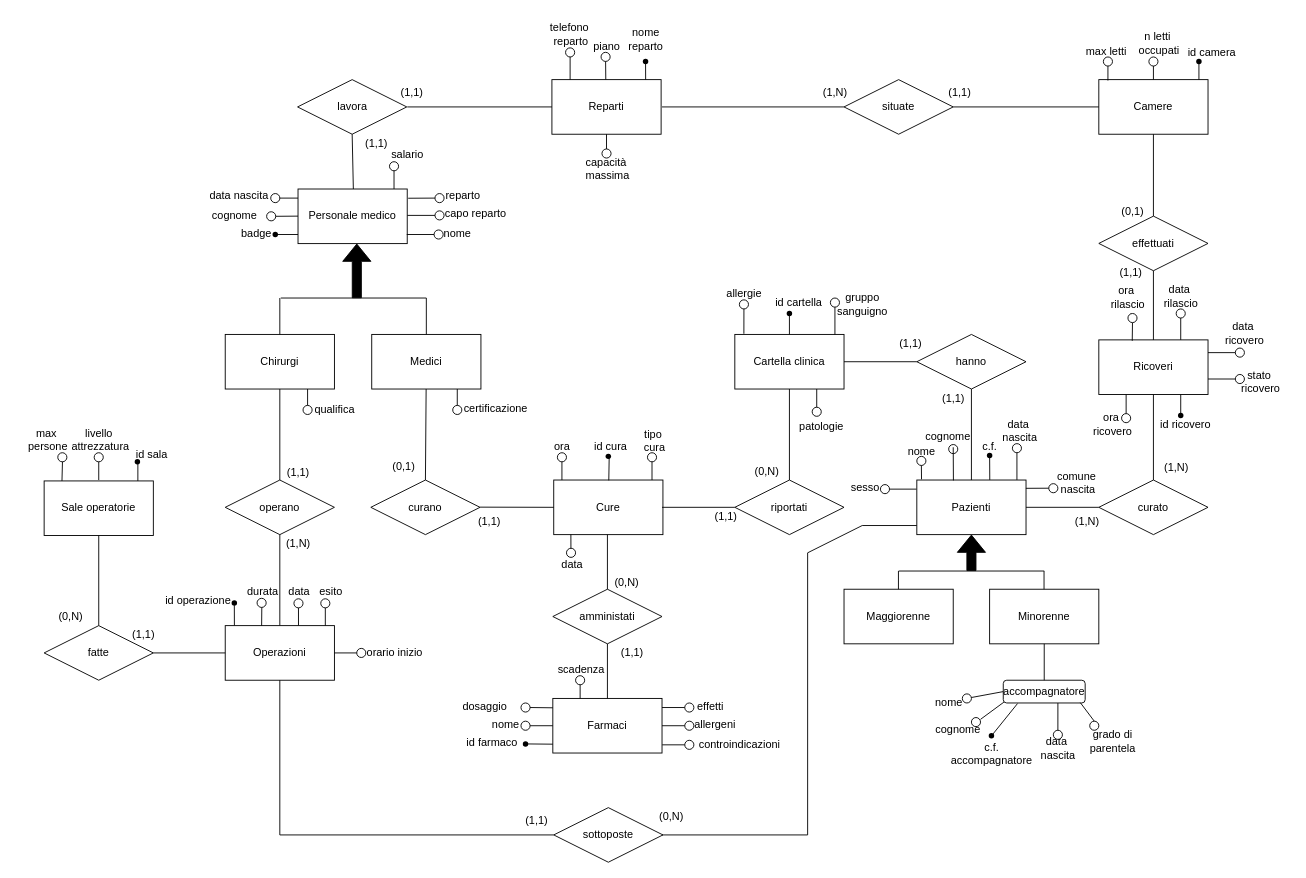
MicheleDioli/UniPD-database-project-2024 keeps this draw.io diagram as ER-conc.drawio. Above is the earlier version. Source tidied: cells renumbered, new cells numbered last; positions are measured from the earlier drawing's top-left corner, leaving out a move shared by most shapes. Both pictures are drawn from the tidied source at 91%, with x=0, y=0 at pixel (15, 15).
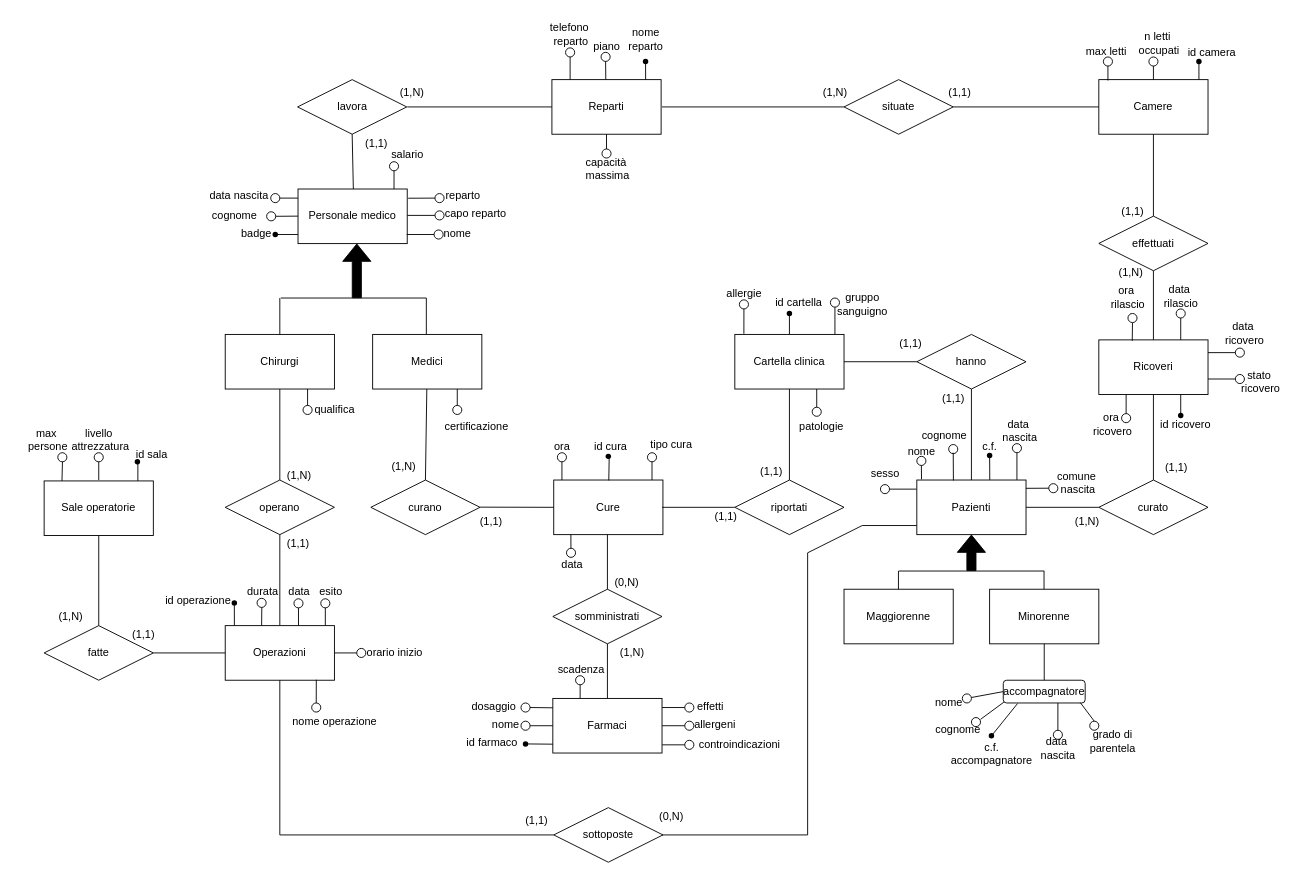
The same diagram, later.

The change refers to these unchanged cells:
```xml
<mxCell id="5" value="Pazienti" style="rounded=0;whiteSpace=wrap;html=1;" parent="1" vertex="1">
  <mxGeometry x="990" y="510" width="120" height="60" as="geometry" />
</mxCell>
<mxCell id="12" value="Cartella clinica" style="rounded=0;whiteSpace=wrap;html=1;" parent="1" vertex="1">
  <mxGeometry x="790" y="350" width="120" height="60" as="geometry" />
</mxCell>
<mxCell id="117" value="Operazioni" style="rounded=0;whiteSpace=wrap;html=1;" parent="1" vertex="1">
  <mxGeometry x="230" y="670" width="120" height="60" as="geometry" />
</mxCell>
<mxCell id="171" value="riportati" style="shape=rhombus;perimeter=rhombusPerimeter;whiteSpace=wrap;html=1;align=center;" parent="1" vertex="1">
  <mxGeometry x="790" y="510" width="120" height="60" as="geometry" />
</mxCell>
```

Diff of the diagram source:
```diff
@@
     <mxCell id="3" value="Medici" style="rounded=0;whiteSpace=wrap;html=1;" parent="1" vertex="1">
-      <mxGeometry x="391" y="350" width="120" height="60" as="geometry" />
+      <mxGeometry x="392" y="350" width="120" height="60" as="geometry" />
     </mxCell>
@@
     <mxCell id="39" value="cognome" style="text;html=1;align=center;verticalAlign=middle;strokeColor=none;fillColor=none;" parent="1" vertex="1">
-      <mxGeometry x="989" y="447" width="70" height="30" as="geometry" />
+      <mxGeometry x="985" y="446" width="70" height="30" as="geometry" />
     </mxCell>
@@
     <mxCell id="42" value="sesso" style="text;html=1;align=center;verticalAlign=middle;strokeColor=none;fillColor=none;" parent="1" vertex="1">
-      <mxGeometry x="908" y="504" width="50" height="30" as="geometry" />
+      <mxGeometry x="930" y="488" width="50" height="30" as="geometry" />
     </mxCell>
@@
     <mxCell id="47" value="dosaggio" style="text;html=1;align=center;verticalAlign=middle;strokeColor=none;fillColor=none;" parent="1" vertex="1">
-      <mxGeometry x="480" y="744" width="70" height="30" as="geometry" />
+      <mxGeometry x="490" y="744" width="70" height="30" as="geometry" />
     </mxCell>
@@
     <mxCell id="90" style="endArrow=none;html=1;rounded=0;exitX=0.335;exitY=0.008;exitDx=0;exitDy=0;exitPerimeter=0;" parent="1" edge="1" source="5">
       <mxGeometry relative="1" as="geometry">
-        <mxPoint x="1030" y="474" as="targetPoint" />
+        <mxPoint x="1030" y="480" as="targetPoint" />
       </mxGeometry>
     </mxCell>
@@
     <mxCell id="131" value="certificazione" style="text;html=1;align=center;verticalAlign=middle;strokeColor=none;fillColor=none;" parent="1" vertex="1">
-      <mxGeometry x="482" y="417" width="90" height="30" as="geometry" />
+      <mxGeometry x="460.5" y="436" width="90" height="30" as="geometry" />
     </mxCell>
@@
-    <mxCell id="173" value="amministati" style="shape=rhombus;perimeter=rhombusPerimeter;whiteSpace=wrap;html=1;align=center;" parent="1" vertex="1">
+    <mxCell id="173" value="somministrati" style="shape=rhombus;perimeter=rhombusPerimeter;whiteSpace=wrap;html=1;align=center;" parent="1" vertex="1">
       <mxGeometry x="590" y="630" width="120" height="60" as="geometry" />
     </mxCell>
@@
-    <mxCell id="205" value="(0,N)" style="text;html=1;align=center;verticalAlign=middle;strokeColor=none;fillColor=none;" parent="1" vertex="1">
+    <mxCell id="205" value="(1,N)" style="text;html=1;align=center;verticalAlign=middle;strokeColor=none;fillColor=none;" parent="1" vertex="1">
       <mxGeometry x="35" y="645" width="50" height="30" as="geometry" />
     </mxCell>
@@
-    <mxCell id="209" value="(1,1)" style="text;html=1;align=center;verticalAlign=middle;strokeColor=none;fillColor=none;" parent="1" vertex="1">
+    <mxCell id="209" value="(1,N)" style="text;html=1;align=center;verticalAlign=middle;strokeColor=none;fillColor=none;" parent="1" vertex="1">
       <mxGeometry x="409.9" y="70" width="50" height="30" as="geometry" />
     </mxCell>
     <mxCell id="210" value="(1,1)" style="text;html=1;align=center;verticalAlign=middle;strokeColor=none;fillColor=none;" parent="1" vertex="1">
-      <mxGeometry x="285" y="487" width="50" height="30" as="geometry" />
+      <mxGeometry x="285" y="565" width="50" height="30" as="geometry" />
     </mxCell>
     <mxCell id="211" value="(1,N)" style="text;html=1;align=center;verticalAlign=middle;strokeColor=none;fillColor=none;" parent="1" vertex="1">
-      <mxGeometry x="285" y="565" width="50" height="30" as="geometry" />
+      <mxGeometry x="285.5" y="490" width="50" height="30" as="geometry" />
     </mxCell>
-    <mxCell id="212" value="(0,1)" style="text;html=1;align=center;verticalAlign=middle;strokeColor=none;fillColor=none;" parent="1" vertex="1">
+    <mxCell id="212" value="(1,N)" style="text;html=1;align=center;verticalAlign=middle;strokeColor=none;fillColor=none;" parent="1" vertex="1">
       <mxGeometry x="401" y="481" width="50" height="30" as="geometry" />
     </mxCell>
     <mxCell id="213" value="(1,1)" style="text;html=1;align=center;verticalAlign=middle;strokeColor=none;fillColor=none;" parent="1" vertex="1">
-      <mxGeometry x="495" y="541" width="50" height="30" as="geometry" />
+      <mxGeometry x="497" y="541" width="50" height="30" as="geometry" />
     </mxCell>
-    <mxCell id="214" value="(1,1)" style="text;html=1;align=center;verticalAlign=middle;strokeColor=none;fillColor=none;" parent="1" vertex="1">
+    <mxCell id="214" value="(1,N)" style="text;html=1;align=center;verticalAlign=middle;strokeColor=none;fillColor=none;" parent="1" vertex="1">
       <mxGeometry x="651.9" y="685" width="50" height="30" as="geometry" />
     </mxCell>
@@
-    <mxCell id="216" style="endArrow=none;html=1;exitX=0.5;exitY=0;exitDx=0;exitDy=0;entryX=0.5;entryY=1;entryDx=0;entryDy=0;" parent="1" edge="1" source="171" target="12">
-      <mxGeometry relative="1" as="geometry" />
-    </mxCell>
@@
-    <mxCell id="218" value="(0,N)" style="text;html=1;align=center;verticalAlign=middle;strokeColor=none;fillColor=none;" parent="1" vertex="1">
-      <mxGeometry x="800" y="486" width="50" height="30" as="geometry" />
+    <mxCell id="218" value="(1,1)" style="text;html=1;align=center;verticalAlign=middle;strokeColor=none;fillColor=none;" parent="1" vertex="1">
+      <mxGeometry x="805" y="486" width="50" height="30" as="geometry" />
     </mxCell>
@@
-    <mxCell id="222" value="(1,N)" style="text;html=1;align=center;verticalAlign=middle;strokeColor=none;fillColor=none;" parent="1" vertex="1">
+    <mxCell id="222" value="(1,1)" style="text;html=1;align=center;verticalAlign=middle;strokeColor=none;fillColor=none;" parent="1" vertex="1">
       <mxGeometry x="1250" y="482" width="50" height="30" as="geometry" />
     </mxCell>
-    <mxCell id="223" value="(1,1)" style="text;html=1;align=center;verticalAlign=middle;strokeColor=none;fillColor=none;" parent="1" vertex="1">
+    <mxCell id="223" value="(1,N)" style="text;html=1;align=center;verticalAlign=middle;strokeColor=none;fillColor=none;" parent="1" vertex="1">
       <mxGeometry x="1200" y="267" width="50" height="30" as="geometry" />
     </mxCell>
-    <mxCell id="224" value="(0,1)" style="text;html=1;align=center;verticalAlign=middle;strokeColor=none;fillColor=none;" parent="1" vertex="1">
+    <mxCell id="224" value="(1,1)" style="text;html=1;align=center;verticalAlign=middle;strokeColor=none;fillColor=none;" parent="1" vertex="1">
       <mxGeometry x="1202" y="200.2" width="50" height="30" as="geometry" />
     </mxCell>
@@
-    <mxCell id="227" value="tipo&lt;div&gt;&amp;nbsp;cura&lt;/div&gt;" style="text;html=1;align=center;verticalAlign=middle;strokeColor=none;fillColor=none;" parent="1" vertex="1">
-      <mxGeometry x="675" y="447" width="50" height="40" as="geometry" />
+    <mxCell id="227" value="tipo cura" style="text;html=1;align=center;verticalAlign=middle;strokeColor=none;fillColor=none;" parent="1" vertex="1">
+      <mxGeometry x="685" y="456" width="70" height="30" as="geometry" />
     </mxCell>
@@
+    <mxCell id="216" style="endArrow=none;html=1;entryX=0.5;entryY=1;entryDx=0;entryDy=0;exitX=0.5;exitY=0;exitDx=0;exitDy=0;" parent="1" edge="1" source="171" target="12">
+      <mxGeometry relative="1" as="geometry" />
+    </mxCell>
+    <mxCell id="257" style="endArrow=none;html=1;exitX=0.75;exitY=1;exitDx=0;exitDy=0;startArrow=none;" parent="1" edge="1" source="259">
+      <mxGeometry relative="1" as="geometry">
+        <mxPoint x="330" y="760" as="targetPoint" />
+      </mxGeometry>
+    </mxCell>
+    <mxCell id="258" style="endArrow=none;html=1;exitX=0.834;exitY=0.991;exitDx=0;exitDy=0;exitPerimeter=0;" parent="1" edge="1" source="117" target="259">
+      <mxGeometry relative="1" as="geometry" />
+    </mxCell>
+    <mxCell id="259" style="ellipse;whiteSpace=wrap;html=1;" parent="1" vertex="1">
+      <mxGeometry x="325" y="755" width="10" height="10" as="geometry" />
+    </mxCell>
+    <mxCell id="260" value="nome operazione" style="text;html=1;align=center;verticalAlign=middle;strokeColor=none;fillColor=none;" parent="1" vertex="1">
+      <mxGeometry x="289.9" y="761" width="120" height="30" as="geometry" />
+    </mxCell>
```
